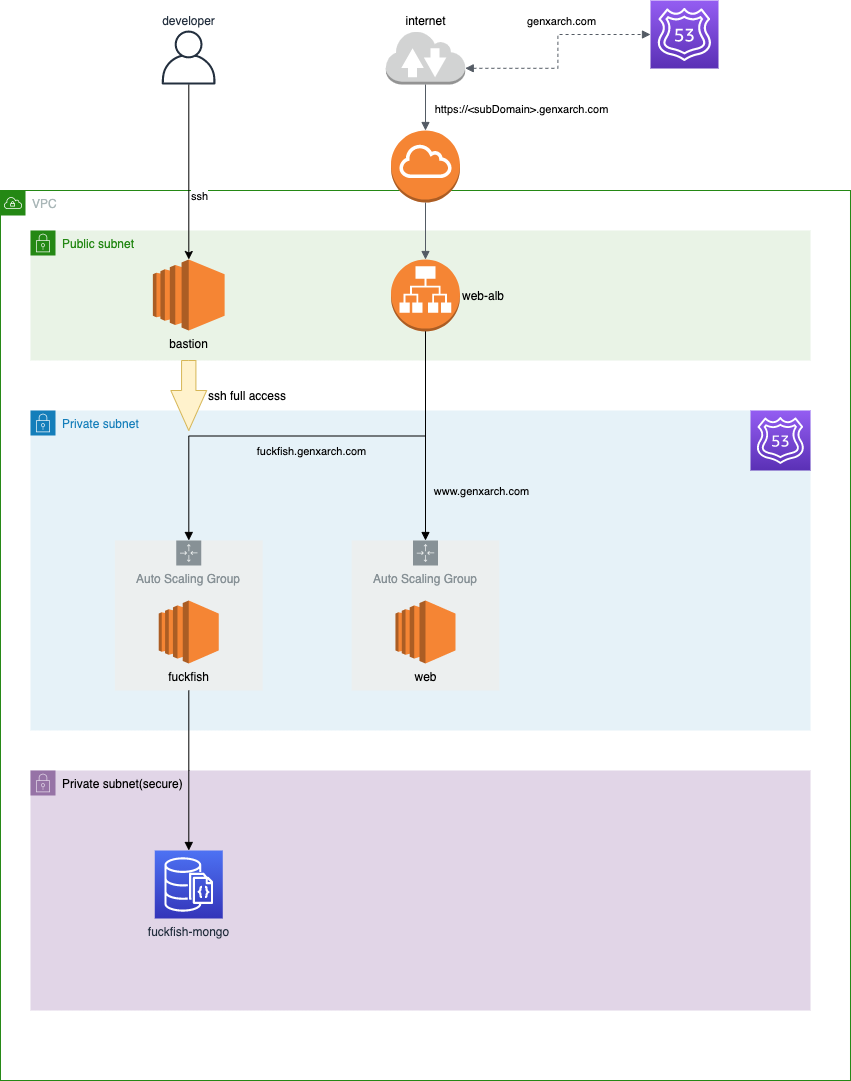
Gen-Arch/aws-drawing keeps this draw.io diagram as gen-aws.png. Above is the earlier version. Source tidied: cells renumbered, new cells last; positions are measured from the earlier drawing's top-left corner, leaving out a move shared by most shapes.
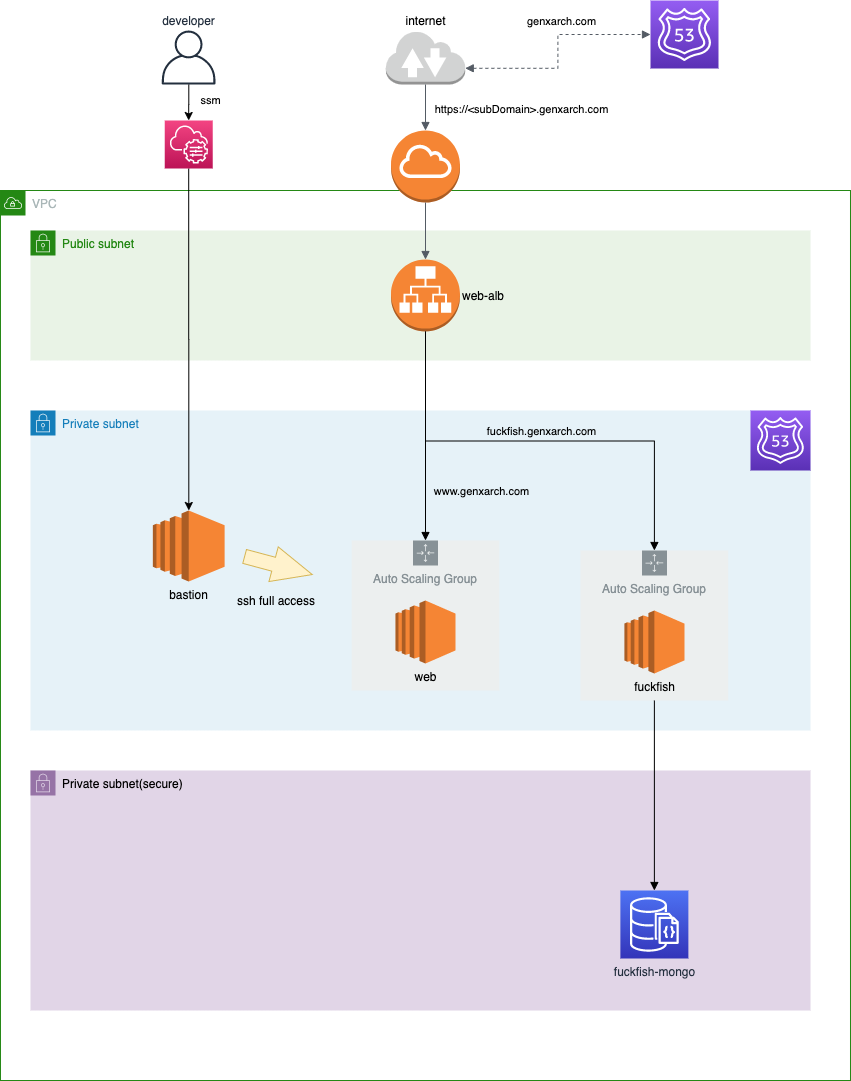
Above is the later version.

What changed in the source:
```diff
@@ -5,13 +5,16 @@
     <mxCell id="2" value="VPC" style="gradientColor=none;html=1;whiteSpace=wrap;fontSize=12;fontStyle=0;shape=mxgraph.aws4.group;grIcon=mxgraph.aws4.group_vpc;strokeColor=#248814;fillColor=none;verticalAlign=top;align=left;spacingLeft=30;fontColor=#AAB7B8;dashed=0;" parent="1" vertex="1">
       <mxGeometry y="190" width="850" height="890" as="geometry" />
     </mxCell>
+    <mxCell id="10" value="Private subnet" style="gradientColor=none;html=1;whiteSpace=wrap;fontSize=12;fontStyle=0;shape=mxgraph.aws4.group;grIcon=mxgraph.aws4.group_security_group;grStroke=0;strokeColor=#147EBA;fillColor=#E6F2F8;verticalAlign=top;align=left;spacingLeft=30;fontColor=#147EBA;dashed=0;" parent="1" vertex="1">
+      <mxGeometry x="30" y="410" width="780" height="320" as="geometry" />
+    </mxCell>
     <mxCell id="3" value="Public subnet" style="gradientColor=none;html=1;whiteSpace=wrap;fontSize=12;fontStyle=0;shape=mxgraph.aws4.group;grIcon=mxgraph.aws4.group_security_group;grStroke=0;strokeColor=#248814;fillColor=#E9F3E6;verticalAlign=top;align=left;spacingLeft=30;fontColor=#248814;dashed=0;" parent="1" vertex="1">
       <mxGeometry x="30" y="230" width="780" height="130" as="geometry" />
     </mxCell>
     <mxCell id="4" value="internet" style="outlineConnect=0;dashed=0;verticalLabelPosition=top;verticalAlign=bottom;align=center;html=1;shape=mxgraph.aws3.internet_2;fillColor=#D2D3D3;gradientColor=none;labelPosition=center;" parent="1" vertex="1">
       <mxGeometry x="385.2" y="30" width="79.5" height="54" as="geometry" />
     </mxCell>
-    <mxCell id="5" style="edgeStyle=orthogonalEdgeStyle;rounded=0;jettySize=auto;html=1;" parent="1" edge="1" source="14" target="11">
+    <mxCell id="5" style="edgeStyle=orthogonalEdgeStyle;rounded=0;jettySize=auto;html=1;" parent="1" edge="1" source="14" target="36">
       <mxGeometry relative="1" as="geometry" />
     </mxCell>
     <mxCell id="6" value="ssh" style="edgeLabel;html=1;align=center;verticalAlign=middle;" parent="5" vertex="1">
@@ -19,6 +22,11 @@
         <mxPoint x="12.2" y="23.8" as="offset" />
       </mxGeometry>
     </mxCell>
+    <mxCell id="33" value="ssm" style="edgeLabel;html=1;align=center;verticalAlign=middle;" parent="5" vertex="1">
+      <mxGeometry x="-0.5" y="2" relative="1" as="geometry">
+        <mxPoint x="19.9" y="7.9" as="offset" />
+      </mxGeometry>
+    </mxCell>
     <mxCell id="7" style="outlineConnect=0;dashed=0;verticalLabelPosition=bottom;verticalAlign=top;align=center;html=1;shape=mxgraph.aws3.internet_gateway;fillColor=#F58534;gradientColor=none;" parent="1" vertex="1">
       <mxGeometry x="390.5" y="130" width="69" height="72" as="geometry" />
     </mxCell>
@@ -30,11 +38,8 @@
         <mxPoint x="95" as="offset" />
       </mxGeometry>
     </mxCell>
-    <mxCell id="10" value="Private subnet" style="gradientColor=none;html=1;whiteSpace=wrap;fontSize=12;fontStyle=0;shape=mxgraph.aws4.group;grIcon=mxgraph.aws4.group_security_group;grStroke=0;strokeColor=#147EBA;fillColor=#E6F2F8;verticalAlign=top;align=left;spacingLeft=30;fontColor=#147EBA;dashed=0;" parent="1" vertex="1">
-      <mxGeometry x="30" y="410" width="780" height="320" as="geometry" />
-    </mxCell>
     <mxCell id="11" value="bastion" style="outlineConnect=0;dashed=0;verticalLabelPosition=bottom;verticalAlign=top;align=center;html=1;shape=mxgraph.aws3.ec2;fillColor=#F58534;gradientColor=none;" parent="1" vertex="1">
-      <mxGeometry x="152.4" y="259" width="71.8" height="71" as="geometry" />
+      <mxGeometry x="152.4" y="510" width="71.8" height="71" as="geometry" />
     </mxCell>
     <mxCell id="12" style="fontColor=#232F3E;gradientColor=#945DF2;gradientDirection=north;fillColor=#5A30B5;strokeColor=#ffffff;dashed=0;verticalLabelPosition=bottom;verticalAlign=top;align=center;html=1;fontSize=12;fontStyle=0;shape=mxgraph.aws4.resourceIcon;resIcon=mxgraph.aws4.route_53;" parent="1" vertex="1">
       <mxGeometry x="750" y="410" width="60" height="60" as="geometry" />
@@ -49,7 +54,7 @@
       <mxGeometry relative="1" as="geometry" />
     </mxCell>
     <mxCell id="16" style="group;" parent="1" vertex="1">
-      <mxGeometry x="114.4" y="540" width="147.8" height="150" as="geometry" />
+      <mxGeometry x="580" y="550" width="147.8" height="150" as="geometry" />
     </mxCell>
     <mxCell id="17" value="Auto Scaling Group" style="outlineConnect=0;gradientColor=none;html=1;whiteSpace=wrap;fontSize=12;fontStyle=0;shape=mxgraph.aws4.groupCenter;grIcon=mxgraph.aws4.group_auto_scaling_group;grStroke=0;strokeColor=#879196;fillColor=#ECEFEF;verticalAlign=top;align=center;fontColor=#879196;dashed=0;spacingTop=25;" parent="16" vertex="1">
       <mxGeometry width="147.8" height="150" as="geometry" />
@@ -62,7 +67,7 @@
     </mxCell>
     <mxCell id="20" value="fuckfish.genxarch.com" style="edgeLabel;html=1;align=center;verticalAlign=middle;labelBackgroundColor=none;" parent="19" vertex="1">
       <mxGeometry x="-0.6" y="2" relative="1" as="geometry">
-        <mxPoint x="-117" y="30" as="offset" />
+        <mxPoint x="113" y="9" as="offset" />
       </mxGeometry>
     </mxCell>
     <mxCell id="21" style="edgeStyle=orthogonalEdgeStyle;rounded=0;jettySize=auto;html=1;startArrow=none;startFill=0;endArrow=block;endFill=1;exitX=0.5;exitY=1;exitDx=0;exitDy=0;exitPerimeter=0;" parent="1" edge="1" source="13" target="25">
@@ -73,8 +78,8 @@
         <mxPoint x="55" y="82" as="offset" />
       </mxGeometry>
     </mxCell>
-    <mxCell id="23" value="ssh full access" style="html=1;shadow=0;dashed=0;align=left;verticalAlign=middle;shape=mxgraph.arrows2.arrow;dy=0.6;dx=40;direction=south;notch=0;labelBackgroundColor=none;fillColor=#fff2cc;strokeColor=#d6b656;labelPosition=right;verticalLabelPosition=middle;" parent="1" vertex="1">
-      <mxGeometry x="170.3" y="360" width="35.9" height="70" as="geometry" />
+    <mxCell id="23" style="html=1;shadow=0;dashed=0;align=left;verticalAlign=middle;shape=mxgraph.arrows2.arrow;dy=0.6;dx=40;direction=south;notch=0;labelBackgroundColor=none;fillColor=#fff2cc;strokeColor=#d6b656;labelPosition=right;verticalLabelPosition=middle;rotation=-75;" parent="1" vertex="1">
+      <mxGeometry x="260" y="530" width="35.9" height="70" as="geometry" />
     </mxCell>
     <mxCell id="24" style="group;" parent="1" vertex="1">
       <mxGeometry x="351.1" y="540" width="147.8" height="150" as="geometry" />
@@ -89,7 +94,7 @@
       <mxGeometry x="30" y="770" width="780" height="240" as="geometry" />
     </mxCell>
     <mxCell id="28" value="fuckfish-mongo" style="outlineConnect=0;fontColor=#232F3E;gradientColor=#4D72F3;gradientDirection=north;fillColor=#3334B9;strokeColor=#ffffff;dashed=0;verticalLabelPosition=bottom;verticalAlign=top;align=center;html=1;fontSize=12;fontStyle=0;shape=mxgraph.aws4.resourceIcon;resIcon=mxgraph.aws4.documentdb_with_mongodb_compatibility;labelBackgroundColor=none;" parent="1" vertex="1">
-      <mxGeometry x="154.3" y="850" width="68" height="68" as="geometry" />
+      <mxGeometry x="619.9" y="890" width="68" height="68" as="geometry" />
     </mxCell>
     <mxCell id="29" style="edgeStyle=orthogonalEdgeStyle;rounded=0;jettySize=auto;html=1;startArrow=none;startFill=0;endArrow=block;endFill=1;" parent="1" edge="1" source="17" target="28">
       <mxGeometry relative="1" as="geometry" />
@@ -105,5 +110,14 @@
         <mxPoint x="-22.9" y="-18" as="offset" />
       </mxGeometry>
     </mxCell>
+    <mxCell id="34" value="ssh full access" style="text;html=1;strokeColor=none;fillColor=none;align=center;verticalAlign=middle;whiteSpace=wrap;rounded=0;" parent="1" vertex="1">
+      <mxGeometry x="201.1" y="590" width="150" height="20" as="geometry" />
+    </mxCell>
+    <mxCell id="35" style="edgeStyle=orthogonalEdgeStyle;rounded=0;jettySize=auto;html=1;" parent="1" edge="1" source="36" target="11">
+      <mxGeometry relative="1" as="geometry" />
+    </mxCell>
+    <mxCell id="36" style="outlineConnect=0;fontColor=#232F3E;gradientColor=#F34482;gradientDirection=north;fillColor=#BC1356;strokeColor=#ffffff;dashed=0;verticalLabelPosition=bottom;verticalAlign=top;align=center;html=1;fontSize=12;fontStyle=0;shape=mxgraph.aws4.resourceIcon;resIcon=mxgraph.aws4.systems_manager;" parent="1" vertex="1">
+      <mxGeometry x="164.2" y="120" width="48" height="48" as="geometry" />
+    </mxCell>
   </root>
 </mxGraphModel>
```
